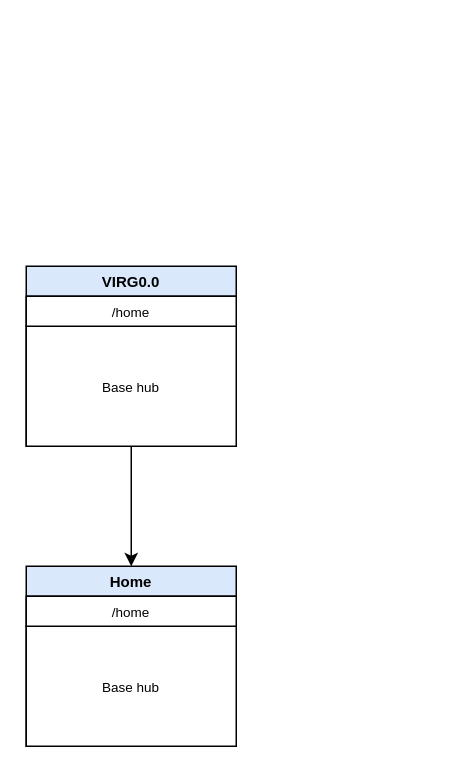
Earlier version of the draw.io diagram misc/Untitled Diagram.drawio (PrestoPesto/prestopesto.github.io). Source tidied: cells renumbered, new cells numbered last; positions are measured from the earlier drawing's top-left corner, leaving out a move shared by most shapes. Both pictures are drawn from the tidied source at 150%, with x=0, y=0 at pixel (26, 266).
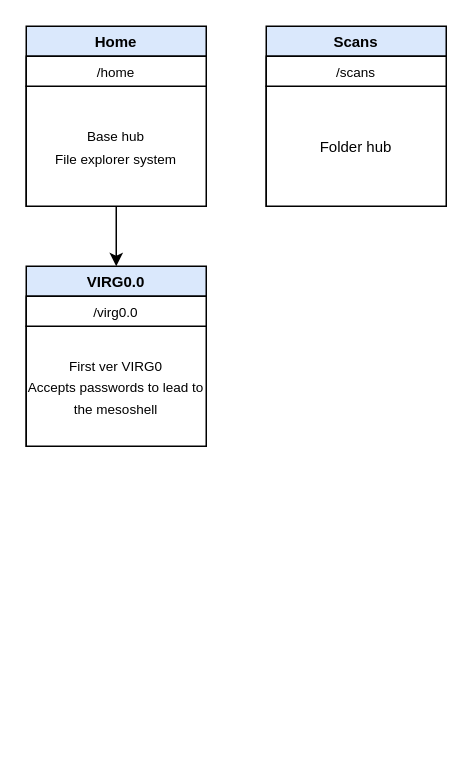
The same page after the edit.

Change to the diagram source:
```diff
@@
 <mxGraphModel>
   <root>
     <mxCell id="0" />
     <mxCell id="1" parent="0" />
     <mxCell id="2" value="&lt;font style=&quot;font-size: 10px;&quot;&gt;VIRG0.0&lt;/font&gt;" style="swimlane;whiteSpace=wrap;html=1;startSize=20;fillColor=#dae8fc;strokeColor=#000000;" parent="1" vertex="1">
-      <mxGeometry width="140" height="120" as="geometry" />
+      <mxGeometry width="120" height="120" as="geometry" />
     </mxCell>
-    <mxCell id="3" value="&lt;font style=&quot;font-size: 9px;&quot;&gt;Base hub&lt;/font&gt;" style="rounded=0;whiteSpace=wrap;html=1;" parent="2" vertex="1">
-      <mxGeometry y="40" width="140" height="80" as="geometry" />
+    <mxCell id="3" value="&lt;font style=&quot;font-size: 9px;&quot;&gt;First ver VIRG0&lt;/font&gt;&lt;div&gt;&lt;font style=&quot;font-size: 9px;&quot;&gt;Accepts passwords to lead to the mesoshell&lt;/font&gt;&lt;/div&gt;" style="rounded=0;whiteSpace=wrap;html=1;" parent="2" vertex="1">
+      <mxGeometry y="40" width="120" height="80" as="geometry" />
     </mxCell>
-    <mxCell id="4" value="&lt;font style=&quot;font-size: 9px;&quot;&gt;/home&lt;/font&gt;" style="rounded=0;whiteSpace=wrap;html=1;" parent="2" vertex="1">
-      <mxGeometry y="20" width="140" height="20" as="geometry" />
+    <mxCell id="4" value="&lt;font style=&quot;font-size: 9px;&quot;&gt;/virg0.0&lt;/font&gt;" style="rounded=0;whiteSpace=wrap;html=1;" parent="2" vertex="1">
+      <mxGeometry y="20" width="120" height="20" as="geometry" />
     </mxCell>
     <mxCell id="5" value="&lt;font style=&quot;font-size: 10px;&quot;&gt;Home&lt;/font&gt;" style="swimlane;whiteSpace=wrap;html=1;startSize=20;fillColor=#dae8fc;strokeColor=#000000;" parent="1" vertex="1">
-      <mxGeometry y="200" width="140" height="120" as="geometry" />
+      <mxGeometry y="-160" width="120" height="120" as="geometry" />
     </mxCell>
-    <mxCell id="6" value="&lt;font style=&quot;font-size: 9px;&quot;&gt;Base hub&lt;/font&gt;" style="rounded=0;whiteSpace=wrap;html=1;" parent="5" vertex="1">
-      <mxGeometry y="40" width="140" height="80" as="geometry" />
+    <mxCell id="6" value="&lt;font style=&quot;font-size: 9px;&quot;&gt;Base hub&lt;/font&gt;&lt;div&gt;&lt;font style=&quot;font-size: 9px;&quot;&gt;File explorer system&lt;/font&gt;&lt;/div&gt;" style="rounded=0;whiteSpace=wrap;html=1;" parent="5" vertex="1">
+      <mxGeometry y="40" width="120" height="80" as="geometry" />
     </mxCell>
     <mxCell id="7" value="&lt;font style=&quot;font-size: 9px;&quot;&gt;/home&lt;/font&gt;" style="rounded=0;whiteSpace=wrap;html=1;" parent="5" vertex="1">
-      <mxGeometry y="20" width="140" height="20" as="geometry" />
+      <mxGeometry y="20" width="120" height="20" as="geometry" />
     </mxCell>
-    <mxCell id="8" style="endArrow=classic;html=1;rounded=0;entryX=0.5;entryY=0;entryDx=0;entryDy=0;exitX=0.5;exitY=1;exitDx=0;exitDy=0;" parent="1" edge="1" source="3" target="5">
+    <mxCell id="8" style="endArrow=classic;html=1;rounded=0;entryX=0.5;entryY=0;entryDx=0;entryDy=0;exitX=0.5;exitY=1;exitDx=0;exitDy=0;" parent="1" edge="1" source="6" target="2">
       <mxGeometry relative="1" as="geometry" />
     </mxCell>
+    <mxCell id="9" value="&lt;font style=&quot;font-size: 10px;&quot;&gt;Scans&lt;/font&gt;" style="swimlane;whiteSpace=wrap;html=1;startSize=20;fillColor=#dae8fc;strokeColor=#000000;" parent="1" vertex="1">
+      <mxGeometry x="160" y="-160" width="120" height="120" as="geometry" />
+    </mxCell>
+    <mxCell id="10" value="&lt;font size=&quot;1&quot;&gt;Folder hub&lt;/font&gt;" style="rounded=0;whiteSpace=wrap;html=1;" parent="9" vertex="1">
+      <mxGeometry y="40" width="120" height="80" as="geometry" />
+    </mxCell>
+    <mxCell id="11" value="&lt;font style=&quot;font-size: 9px;&quot;&gt;/scans&lt;/font&gt;" style="rounded=0;whiteSpace=wrap;html=1;" parent="9" vertex="1">
+      <mxGeometry y="20" width="120" height="20" as="geometry" />
+    </mxCell>
   </root>
 </mxGraphModel>
```
